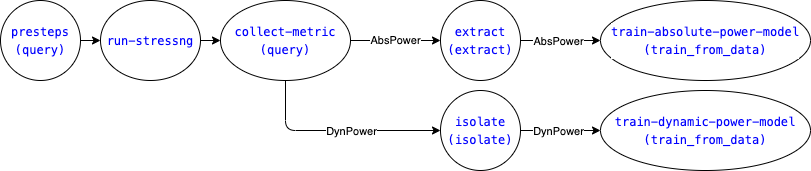
Above: fig/tekton-single-train.png in sustainable-computing-io/kepler-model-server (draw.io), before the change. Source tidied: cells renumbered, new cells last; positions are measured from the earlier drawing's top-left corner, leaving out a move shared by most shapes.
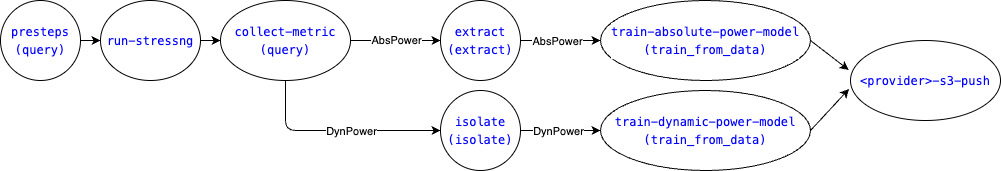
Later version of the same file.

The edit, as a diff of the source:
```diff
@@ -60,5 +60,14 @@
     <mxCell id="17" value="&lt;div style=&quot;background-color: rgb(255, 255, 255); font-family: Menlo, Monaco, &amp;quot;Courier New&amp;quot;, monospace; line-height: 18px;&quot;&gt;&lt;div style=&quot;line-height: 18px;&quot;&gt;&lt;div style=&quot;line-height: 18px;&quot;&gt;&lt;span style=&quot;color: #0000ff;&quot;&gt;train-dynamic-power-model&lt;br&gt;(train_from_data)&lt;/span&gt;&lt;/div&gt;&lt;/div&gt;&lt;/div&gt;" style="ellipse;whiteSpace=wrap;html=1;" parent="1" vertex="1">
       <mxGeometry x="600" y="90" width="210" height="80" as="geometry" />
     </mxCell>
+    <mxCell id="18" style="edgeStyle=none;html=1;entryX=-0.01;entryY=0.606;entryDx=0;entryDy=0;exitX=1;exitY=0.5;exitDx=0;exitDy=0;entryPerimeter=0;" parent="1" edge="1" source="17" target="19">
+      <mxGeometry relative="1" as="geometry" />
+    </mxCell>
+    <mxCell id="19" value="&lt;div style=&quot;background-color: rgb(255, 255, 255); font-family: Menlo, Monaco, &amp;quot;Courier New&amp;quot;, monospace; line-height: 18px;&quot;&gt;&lt;div style=&quot;line-height: 18px;&quot;&gt;&lt;div style=&quot;line-height: 18px;&quot;&gt;&lt;span style=&quot;color: #0000ff;&quot;&gt;&amp;lt;provider&amp;gt;-s3-push&lt;/span&gt;&lt;/div&gt;&lt;/div&gt;&lt;/div&gt;" style="ellipse;whiteSpace=wrap;html=1;" parent="1" vertex="1">
+      <mxGeometry x="850" y="40" width="150" height="80" as="geometry" />
+    </mxCell>
+    <mxCell id="20" style="edgeStyle=none;html=1;entryX=-0.012;entryY=0.368;entryDx=0;entryDy=0;exitX=1;exitY=0.5;exitDx=0;exitDy=0;entryPerimeter=0;" parent="1" edge="1" source="16" target="19">
+      <mxGeometry relative="1" as="geometry" />
+    </mxCell>
   </root>
 </mxGraphModel>
```
